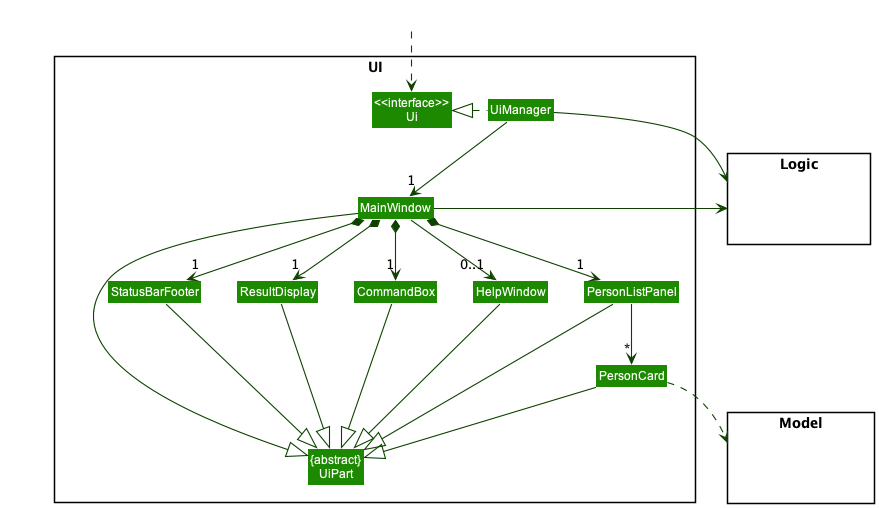
Before: docs/images/UiClassDiagram.png, a diagram exported from PlantUML (nus-cs2103-AY2223S1/tp).
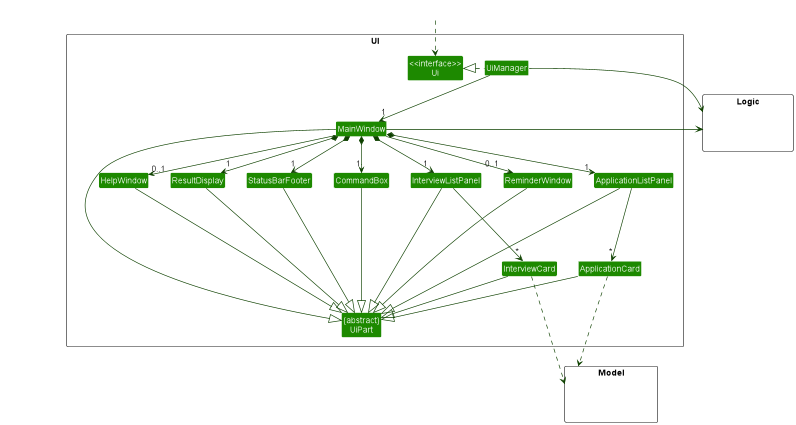
The same file after the commit.

What changed in the source:
```diff
@@ -11,8 +11,11 @@
 Class MainWindow
 Class HelpWindow
 Class ResultDisplay
-Class PersonListPanel
-Class PersonCard
+Class ApplicationListPanel
+Class ApplicationCard
+Class InterviewListPanel
+Class InterviewCard
+Class ReminderWindow
 Class StatusBarFooter
 Class CommandBox
 }
@@ -31,30 +34,38 @@
 UiManager .left.|> Ui
 UiManager -down-> "1" MainWindow
 MainWindow *-down->  "1" CommandBox
+MainWindow --> "0..1" HelpWindow
 MainWindow *-down-> "1" ResultDisplay
-MainWindow *-down-> "1" PersonListPanel
+MainWindow *-down-> "1" ApplicationListPanel
 MainWindow *-down-> "1" StatusBarFooter
-MainWindow --> "0..1" HelpWindow
+MainWindow --> "0..1" ReminderWindow
+MainWindow *-down-> "1" InterviewListPanel
 
-PersonListPanel -down-> "*" PersonCard
+ApplicationListPanel -down--> "*" ApplicationCard
+InterviewListPanel -down--> "*" InterviewCard
 
 MainWindow -left-|> UiPart
 
+InterviewListPanel --|> UiPart
 ResultDisplay --|> UiPart
 CommandBox --|> UiPart
-PersonListPanel --|> UiPart
-PersonCard --|> UiPart
+ApplicationListPanel --|> UiPart
+ApplicationCard --|> UiPart
+InterviewCard --|> UiPart
 StatusBarFooter --|> UiPart
+ReminderWindow --|> UiPart
 HelpWindow --|> UiPart
 
-PersonCard ..> Model
+ApplicationCard ..> Model
+InterviewCard ...> Model
 UiManager -right-> Logic
 MainWindow -left-> Logic
 
-PersonListPanel -[hidden]left- HelpWindow
-HelpWindow -[hidden]left- CommandBox
+HelpWindow -[hidden]left- StatusBarFooter
+ReminderWindow -[hidden]left- CommandBox
 CommandBox -[hidden]left- ResultDisplay
 ResultDisplay -[hidden]left- StatusBarFooter
+StatusBarFooter -[hidden]left- InterviewListPanel
 
 MainWindow -[hidden]-|> UiPart
 @enduml
```
